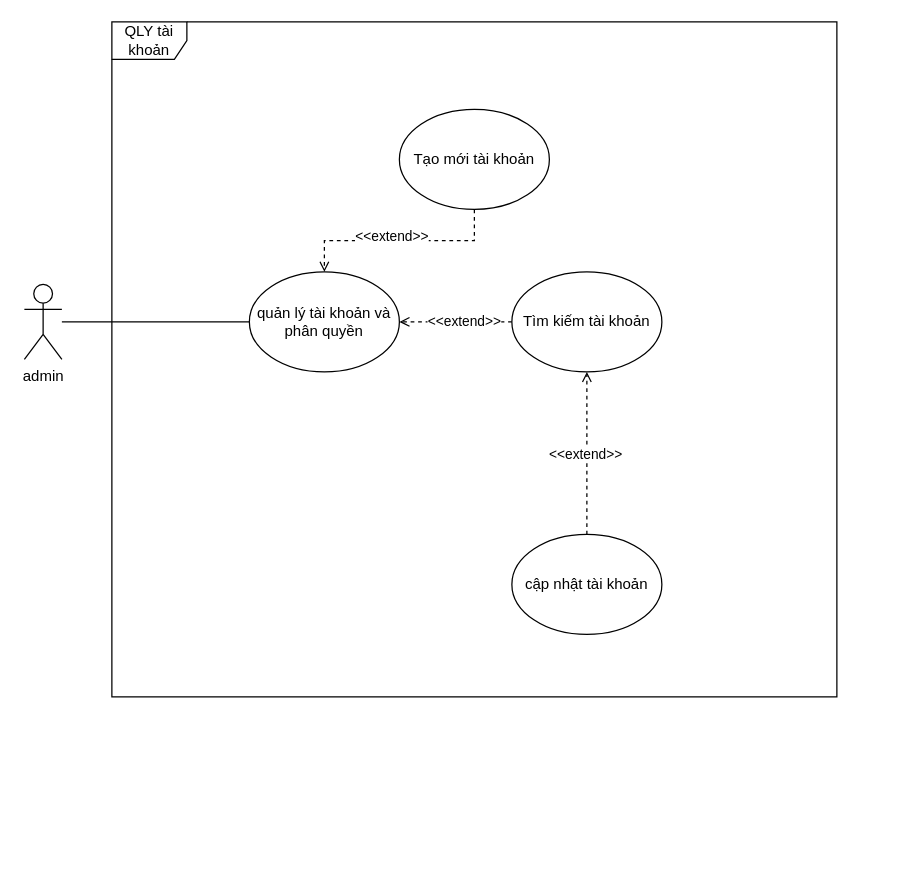
The draw.io diagram QuanLyTaiKhoan.drawio in hoangda24312/Group4-DesigningSystem, before the edit. Source tidied: cells renumbered, new cells numbered last; positions are measured from the earlier drawing's top-left corner, leaving out a move shared by most shapes. Both pictures are drawn from the tidied source at 125%, with x=0, y=0 at pixel (24, 21).
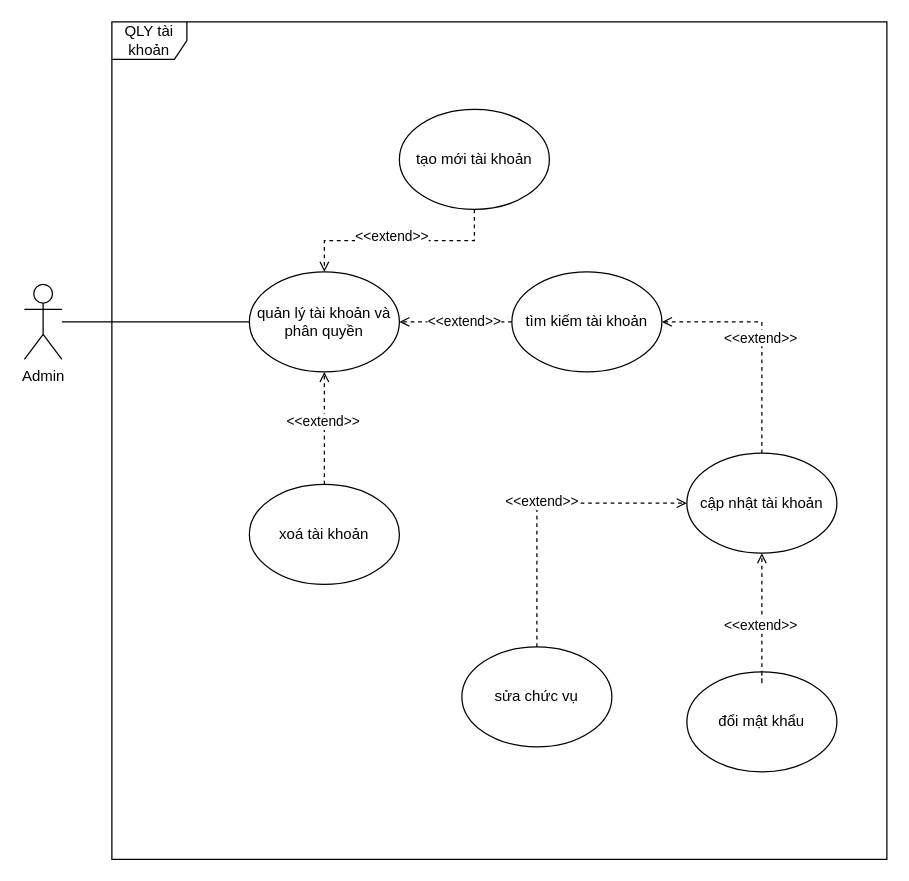
After the change.

Commit message (it also covers changes not shown here):
*sua usecase toan bo, +them quan ly du an

The change refers to these unchanged cells:
```xml
<mxCell id="5" value="quản lý tài khoản và phân quyền" style="ellipse;whiteSpace=wrap;html=1;" parent="1" vertex="1">
  <mxGeometry x="180" y="200" width="120" height="80" as="geometry" />
</mxCell>
```

The edit, as a diff of the source:
```diff
@@
-    <mxCell id="3" value="admin" style="shape=umlActor;verticalLabelPosition=bottom;verticalAlign=top;html=1;outlineConnect=0;" parent="1" vertex="1">
+    <mxCell id="3" value="Admin" style="shape=umlActor;verticalLabelPosition=bottom;verticalAlign=top;html=1;outlineConnect=0;" parent="1" vertex="1">
       <mxGeometry y="210" width="30" height="60" as="geometry" />
     </mxCell>
     <mxCell id="4" value="QLY tài khoản" style="shape=umlFrame;whiteSpace=wrap;html=1;" parent="1" vertex="1">
-      <mxGeometry x="70" width="580" height="540" as="geometry" />
+      <mxGeometry x="70" width="620" height="670" as="geometry" />
     </mxCell>
@@
-    <mxCell id="8" value="Tạo mới tài khoản" style="ellipse;whiteSpace=wrap;html=1;" parent="1" vertex="1">
+    <mxCell id="8" value="tạo mới tài khoản" style="ellipse;whiteSpace=wrap;html=1;" parent="1" vertex="1">
       <mxGeometry x="300" y="70" width="120" height="80" as="geometry" />
     </mxCell>
-    <mxCell id="9" style="edgeStyle=orthogonalEdgeStyle;rounded=0;jettySize=auto;html=1;entryX=0.5;entryY=1;entryDx=0;entryDy=0;endArrow=open;endFill=0;dashed=1;" parent="1" edge="1" source="11" target="14">
-      <mxGeometry relative="1" as="geometry" />
+    <mxCell id="9" style="edgeStyle=orthogonalEdgeStyle;rounded=0;jettySize=auto;html=1;entryX=1;entryY=0.5;entryDx=0;entryDy=0;endArrow=open;endFill=0;dashed=1;" parent="1" edge="1" source="11" target="14">
+      <mxGeometry relative="1" as="geometry">
+        <Array as="points">
+          <mxPoint x="590" y="240" />
+        </Array>
+      </mxGeometry>
     </mxCell>
@@
     <mxCell id="11" value="cập nhật tài khoản" style="ellipse;whiteSpace=wrap;html=1;" parent="1" vertex="1">
-      <mxGeometry x="390" y="410" width="120" height="80" as="geometry" />
+      <mxGeometry x="530" y="345" width="120" height="80" as="geometry" />
     </mxCell>
@@
-    <mxCell id="14" value="Tìm kiếm tài khoản" style="ellipse;whiteSpace=wrap;html=1;" parent="1" vertex="1">
+    <mxCell id="14" value="tìm kiếm tài khoản" style="ellipse;whiteSpace=wrap;html=1;" parent="1" vertex="1">
       <mxGeometry x="390" y="200" width="120" height="80" as="geometry" />
     </mxCell>
+    <mxCell id="15" style="edgeStyle=orthogonalEdgeStyle;rounded=0;jettySize=auto;html=1;entryX=0.5;entryY=1;entryDx=0;entryDy=0;endArrow=open;endFill=0;dashed=1;" parent="1" edge="1" source="17" target="5">
+      <mxGeometry relative="1" as="geometry" />
+    </mxCell>
+    <mxCell id="16" value="&amp;lt;&amp;lt;extend&amp;gt;&amp;gt;" style="edgeLabel;html=1;align=center;verticalAlign=middle;" parent="15" vertex="1">
+      <mxGeometry x="0.13" y="2" relative="1" as="geometry" />
+    </mxCell>
+    <mxCell id="17" value="xoá tài khoản" style="ellipse;whiteSpace=wrap;html=1;" parent="1" vertex="1">
+      <mxGeometry x="180" y="370" width="120" height="80" as="geometry" />
+    </mxCell>
+    <mxCell id="18" value="sửa chức vụ" style="ellipse;whiteSpace=wrap;html=1;" parent="1" vertex="1">
+      <mxGeometry x="350" y="500" width="120" height="80" as="geometry" />
+    </mxCell>
+    <mxCell id="19" style="edgeStyle=orthogonalEdgeStyle;rounded=0;jettySize=auto;html=1;entryX=0;entryY=0.5;entryDx=0;entryDy=0;endArrow=open;endFill=0;dashed=1;exitX=0.5;exitY=0;exitDx=0;exitDy=0;" parent="1" edge="1" source="18" target="11">
+      <mxGeometry relative="1" as="geometry">
+        <Array as="points">
+          <mxPoint x="410" y="500" />
+          <mxPoint x="410" y="385" />
+        </Array>
+      </mxGeometry>
+    </mxCell>
+    <mxCell id="20" value="&amp;lt;&amp;lt;extend&amp;gt;&amp;gt;" style="edgeLabel;html=1;align=center;verticalAlign=middle;" parent="19" vertex="1">
+      <mxGeometry y="2" relative="1" as="geometry" />
+    </mxCell>
+    <mxCell id="21" value="đổi mật khẩu" style="ellipse;whiteSpace=wrap;html=1;" parent="1" vertex="1">
+      <mxGeometry x="530" y="520" width="120" height="80" as="geometry" />
+    </mxCell>
+    <mxCell id="22" style="edgeStyle=orthogonalEdgeStyle;rounded=0;jettySize=auto;html=1;entryX=0.5;entryY=1;entryDx=0;entryDy=0;endArrow=open;endFill=0;dashed=1;exitX=0.5;exitY=0;exitDx=0;exitDy=0;" parent="1" edge="1" source="21" target="11">
+      <mxGeometry relative="1" as="geometry">
+        <Array as="points">
+          <mxPoint x="590" y="530" />
+        </Array>
+      </mxGeometry>
+    </mxCell>
+    <mxCell id="23" value="&amp;lt;&amp;lt;extend&amp;gt;&amp;gt;" style="edgeLabel;html=1;align=center;verticalAlign=middle;" parent="22" vertex="1">
+      <mxGeometry y="2" relative="1" as="geometry" />
+    </mxCell>
```
